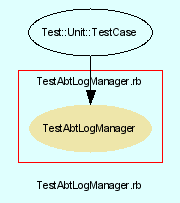
Before: src/trunk/doc/dot/f_11.png, a diagram exported from Graphviz (eschabell/abtlinux). Its source is kept beside it as src/trunk/doc/dot/f_11.dot. Source of this version:
```dot
digraph TopLevel {
    compound = true
    bgcolor = lightcyan1
    fontname = Arial
    fontsize = 8
    label = "TestAbtLogManager.rb"
    node [
        fontname = Arial,
        fontsize = 8,
        color = black
    ]

    subgraph cluster_11 {
        fontname = Arial
        color = red
        label = "TestAbtLogManager.rb"
        TestAbtLogManager [
            fontcolor = black,
            URL = "classes/TestAbtLogManager.html",
            shape = ellipse,
            color = palegoldenrod,
            style = filled,
            label = "TestAbtLogManager"
        ]

    }

    Test__Unit__TestCase [
        URL = "classes/Test/Unit/TestCase.html",
        label = "Test::Unit::TestCase"
    ]

    Test__Unit__TestCase -> TestAbtLogManager [

    ]

}
```
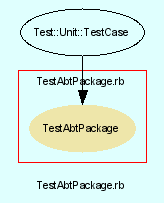
After the commit.

What changed in the source:
```diff
@@ -3,24 +3,24 @@
     bgcolor = lightcyan1
     fontname = Arial
     fontsize = 8
-    label = "TestAbtLogManager.rb"
+    label = "TestAbtPackage.rb"
     node [
         fontname = Arial,
         fontsize = 8,
         color = black
     ]
 
-    subgraph cluster_11 {
+    subgraph cluster_12 {
         fontname = Arial
         color = red
-        label = "TestAbtLogManager.rb"
-        TestAbtLogManager [
+        label = "TestAbtPackage.rb"
+        TestAbtPackage [
             fontcolor = black,
-            URL = "classes/TestAbtLogManager.html",
+            URL = "classes/TestAbtPackage.html",
             shape = ellipse,
             color = palegoldenrod,
             style = filled,
-            label = "TestAbtLogManager"
+            label = "TestAbtPackage"
         ]
 
     }
@@ -30,7 +30,7 @@
         label = "Test::Unit::TestCase"
     ]
 
-    Test__Unit__TestCase -> TestAbtLogManager [
+    Test__Unit__TestCase -> TestAbtPackage [
 
     ]
 
```
